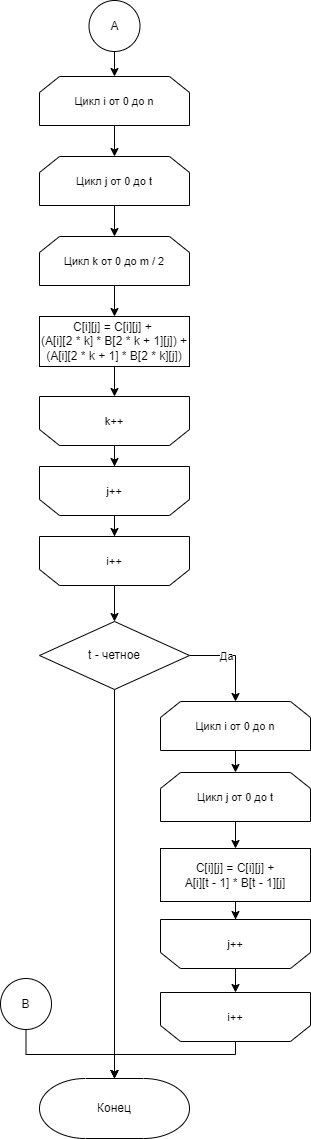
This is lab_02/docs/img/vinograd_alg_2.png from Mansurow/bmstu-iu7-5sem-AA, a draw.io export, as it was before one commit. Source tidied: cells renumbered, new cells last; positions are measured from the earlier drawing's top-left corner, leaving out a move shared by most shapes. Its diagram source:
```xml
<mxGraphModel>
  <root>
    <mxCell id="0" />
    <mxCell id="1" parent="0" />
    <mxCell id="2" value="Конец" style="strokeWidth=1;html=1;shape=mxgraph.flowchart.terminator;whiteSpace=wrap;" parent="1" vertex="1">
      <mxGeometry x="39" y="1078" width="150" height="60" as="geometry" />
    </mxCell>
    <mxCell id="3" style="edgeStyle=orthogonalEdgeStyle;rounded=0;jettySize=auto;html=1;" parent="1" edge="1" source="4" target="6">
      <mxGeometry relative="1" as="geometry" />
    </mxCell>
    <mxCell id="4" value="&lt;span style=&quot;font-size: 11px;&quot;&gt;Цикл i от 0 до n&lt;/span&gt;" style="shape=loopLimit;whiteSpace=wrap;html=1;" parent="1" vertex="1">
      <mxGeometry x="39" y="76" width="150" height="49" as="geometry" />
    </mxCell>
    <mxCell id="5" style="edgeStyle=orthogonalEdgeStyle;rounded=0;jettySize=auto;html=1;" parent="1" edge="1" source="6" target="8">
      <mxGeometry relative="1" as="geometry" />
    </mxCell>
    <mxCell id="6" value="&lt;span style=&quot;font-size: 11px;&quot;&gt;Цикл j от 0 до t&lt;/span&gt;" style="shape=loopLimit;whiteSpace=wrap;html=1;" parent="1" vertex="1">
      <mxGeometry x="39" y="156" width="150" height="49" as="geometry" />
    </mxCell>
    <mxCell id="7" style="edgeStyle=orthogonalEdgeStyle;rounded=0;jettySize=auto;html=1;" parent="1" edge="1" source="8" target="10">
      <mxGeometry relative="1" as="geometry" />
    </mxCell>
    <mxCell id="8" value="&lt;span style=&quot;font-size: 11px;&quot;&gt;Цикл k от 0 до m / 2&lt;/span&gt;" style="shape=loopLimit;whiteSpace=wrap;html=1;" parent="1" vertex="1">
      <mxGeometry x="39" y="236" width="150" height="49" as="geometry" />
    </mxCell>
    <mxCell id="9" style="edgeStyle=orthogonalEdgeStyle;rounded=0;jettySize=auto;html=1;" parent="1" edge="1" source="10" target="16">
      <mxGeometry relative="1" as="geometry" />
    </mxCell>
    <mxCell id="10" value="C[i][j] = C[i][j] +&amp;nbsp;&lt;br&gt;(A[i][2 * k] * B[2 * k + 1][j]) +&lt;br&gt;(A[i][2 * k + 1] * B[2 * k][j])" style="rounded=0;whiteSpace=wrap;html=1;absoluteArcSize=1;arcSize=14;strokeWidth=1;" parent="1" vertex="1">
      <mxGeometry x="39" y="316" width="150" height="50" as="geometry" />
    </mxCell>
    <mxCell id="11" style="edgeStyle=orthogonalEdgeStyle;rounded=0;jettySize=auto;html=1;endArrow=classic;endFill=1;" parent="1" edge="1" source="12" target="20">
      <mxGeometry relative="1" as="geometry" />
    </mxCell>
    <mxCell id="12" value="&lt;span style=&quot;font-size: 11px;&quot;&gt;i++&lt;/span&gt;&lt;span style=&quot;color: rgba(0, 0, 0, 0); font-family: monospace; font-size: 0px; text-align: start;&quot;&gt;%3CmxGraphModel%3E%3Croot%3E%3CmxCell%20id%3D%220%22%2F%3E%3CmxCell%20id%3D%221%22%20parent%3D%220%22%2F%3E%3CmxCell%20id%3D%222%22%20value%3D%22%26lt%3Bspan%20style%3D%26quot%3Bfont-size%3A%2011px%3B%26quot%3B%26gt%3B%D0%A6%D0%B8%D0%BA%D0%BB%20i%20%D0%BE%D1%82%200%20%D0%B4%D0%BE%20n%26lt%3B%2Fspan%26gt%3B%22%20style%3D%22shape%3DloopLimit%3BwhiteSpace%3Dwrap%3Bhtml%3D1%3B%22%20vertex%3D%221%22%20parent%3D%221%22%3E%3CmxGeometry%20x%3D%22360%22%20y%3D%22330%22%20width%3D%22150%22%20height%3D%2249%22%20as%3D%22geometry%22%2F%3E%3C%2FmxCell%3E%3C%2Froot%3E%3C%2FmxGraphModel%3E&lt;/span&gt;" style="shape=loopLimit;whiteSpace=wrap;html=1;direction=west;" parent="1" vertex="1">
      <mxGeometry x="39" y="536" width="150" height="49" as="geometry" />
    </mxCell>
    <mxCell id="13" style="edgeStyle=orthogonalEdgeStyle;rounded=0;jettySize=auto;html=1;" parent="1" edge="1" source="14" target="12">
      <mxGeometry relative="1" as="geometry" />
    </mxCell>
    <mxCell id="14" value="&lt;span style=&quot;font-size: 11px;&quot;&gt;j++&lt;/span&gt;" style="shape=loopLimit;whiteSpace=wrap;html=1;direction=west;" parent="1" vertex="1">
      <mxGeometry x="39" y="466" width="150" height="49" as="geometry" />
    </mxCell>
    <mxCell id="15" style="edgeStyle=orthogonalEdgeStyle;rounded=0;jettySize=auto;html=1;entryX=0.5;entryY=1;entryDx=0;entryDy=0;" parent="1" edge="1" source="16" target="14">
      <mxGeometry relative="1" as="geometry" />
    </mxCell>
    <mxCell id="16" value="&lt;span style=&quot;font-size: 11px;&quot;&gt;k++&lt;/span&gt;" style="shape=loopLimit;whiteSpace=wrap;html=1;direction=west;" parent="1" vertex="1">
      <mxGeometry x="39" y="396" width="150" height="49" as="geometry" />
    </mxCell>
    <mxCell id="17" style="edgeStyle=orthogonalEdgeStyle;rounded=0;jettySize=auto;html=1;exitX=1;exitY=0.5;exitDx=0;exitDy=0;endArrow=classic;endFill=1;" parent="1" edge="1" source="20" target="22">
      <mxGeometry relative="1" as="geometry" />
    </mxCell>
    <mxCell id="18" value="Да" style="edgeLabel;html=1;align=center;verticalAlign=middle;" parent="17" vertex="1">
      <mxGeometry x="-0.22" relative="1" as="geometry" />
    </mxCell>
    <mxCell id="19" style="edgeStyle=orthogonalEdgeStyle;rounded=0;jettySize=auto;html=1;exitX=0.5;exitY=1;exitDx=0;exitDy=0;endArrow=classic;endFill=1;" parent="1" edge="1" source="20" target="2">
      <mxGeometry relative="1" as="geometry" />
    </mxCell>
    <mxCell id="20" value="t - четное" style="rhombus;whiteSpace=wrap;html=1;" parent="1" vertex="1">
      <mxGeometry x="39" y="621" width="150" height="68" as="geometry" />
    </mxCell>
    <mxCell id="21" style="edgeStyle=orthogonalEdgeStyle;rounded=0;jettySize=auto;html=1;endArrow=classic;endFill=1;" parent="1" edge="1" source="22" target="24">
      <mxGeometry relative="1" as="geometry" />
    </mxCell>
    <mxCell id="22" value="&lt;span style=&quot;font-size: 11px;&quot;&gt;Цикл i от 0 до n&lt;/span&gt;" style="shape=loopLimit;whiteSpace=wrap;html=1;" parent="1" vertex="1">
      <mxGeometry x="160" y="701" width="150" height="49" as="geometry" />
    </mxCell>
    <mxCell id="23" style="edgeStyle=orthogonalEdgeStyle;rounded=0;jettySize=auto;html=1;endArrow=classic;endFill=1;" parent="1" edge="1" source="24" target="26">
      <mxGeometry relative="1" as="geometry" />
    </mxCell>
    <mxCell id="24" value="&lt;span style=&quot;font-size: 11px;&quot;&gt;Цикл j от 0 до t&lt;br&gt;&lt;/span&gt;" style="shape=loopLimit;whiteSpace=wrap;html=1;" parent="1" vertex="1">
      <mxGeometry x="160" y="772" width="150" height="49" as="geometry" />
    </mxCell>
    <mxCell id="25" style="edgeStyle=orthogonalEdgeStyle;rounded=0;jettySize=auto;html=1;endArrow=classic;endFill=1;" parent="1" edge="1" source="26" target="30">
      <mxGeometry relative="1" as="geometry" />
    </mxCell>
    <mxCell id="26" value="C[i][j] = C[i][j] +&lt;br&gt;A[i][t - 1] * B[t - 1][j]" style="rounded=0;whiteSpace=wrap;html=1;absoluteArcSize=1;arcSize=14;strokeWidth=1;" parent="1" vertex="1">
      <mxGeometry x="160" y="848" width="150" height="53" as="geometry" />
    </mxCell>
    <mxCell id="27" style="edgeStyle=orthogonalEdgeStyle;rounded=0;jettySize=auto;html=1;exitX=0.5;exitY=0;exitDx=0;exitDy=0;endArrow=classic;endFill=1;" parent="1" edge="1" source="28" target="2">
      <mxGeometry relative="1" as="geometry">
        <Array as="points">
          <mxPoint x="235" y="1054" />
          <mxPoint x="114" y="1054" />
        </Array>
      </mxGeometry>
    </mxCell>
    <mxCell id="28" value="&lt;span style=&quot;font-size: 11px;&quot;&gt;i++&lt;br&gt;&lt;/span&gt;" style="shape=loopLimit;whiteSpace=wrap;html=1;direction=west;" parent="1" vertex="1">
      <mxGeometry x="160" y="992" width="150" height="49" as="geometry" />
    </mxCell>
    <mxCell id="29" style="edgeStyle=orthogonalEdgeStyle;rounded=0;jettySize=auto;html=1;entryX=0.5;entryY=1;entryDx=0;entryDy=0;endArrow=classic;endFill=1;" parent="1" edge="1" source="30" target="28">
      <mxGeometry relative="1" as="geometry" />
    </mxCell>
    <mxCell id="30" value="&lt;span style=&quot;font-size: 11px;&quot;&gt;j++&lt;br&gt;&lt;/span&gt;" style="shape=loopLimit;whiteSpace=wrap;html=1;direction=west;" parent="1" vertex="1">
      <mxGeometry x="160" y="919" width="150" height="49" as="geometry" />
    </mxCell>
    <mxCell id="31" style="edgeStyle=orthogonalEdgeStyle;rounded=0;jettySize=auto;html=1;endArrow=classic;endFill=1;" parent="1" edge="1" source="32" target="4">
      <mxGeometry relative="1" as="geometry" />
    </mxCell>
    <mxCell id="32" value="A" style="ellipse;whiteSpace=wrap;html=1;" parent="1" vertex="1">
      <mxGeometry x="88.5" width="51" height="51" as="geometry" />
    </mxCell>
    <mxCell id="33" style="edgeStyle=orthogonalEdgeStyle;rounded=0;jettySize=auto;html=1;exitX=0.5;exitY=1;exitDx=0;exitDy=0;endArrow=classic;endFill=1;" parent="1" edge="1" source="34" target="2">
      <mxGeometry relative="1" as="geometry">
        <Array as="points">
          <mxPoint x="25" y="1054" />
          <mxPoint x="114" y="1054" />
        </Array>
      </mxGeometry>
    </mxCell>
    <mxCell id="34" value="B" style="ellipse;whiteSpace=wrap;html=1;" parent="1" vertex="1">
      <mxGeometry y="978" width="51" height="51" as="geometry" />
    </mxCell>
  </root>
</mxGraphModel>
```
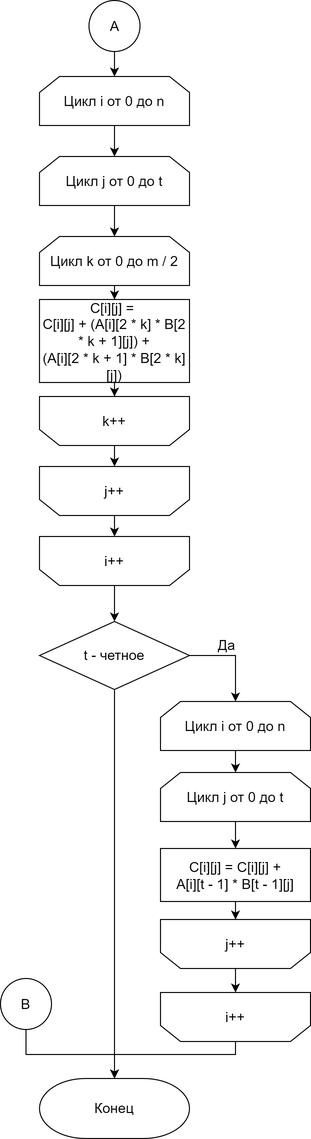
The same diagram one commit later.

Change to the diagram source:
```diff
@@ -2,82 +2,84 @@
   <root>
     <mxCell id="0" />
     <mxCell id="1" parent="0" />
-    <mxCell id="2" value="Конец" style="strokeWidth=1;html=1;shape=mxgraph.flowchart.terminator;whiteSpace=wrap;" parent="1" vertex="1">
+    <mxCell id="2" value="Конец" style="strokeWidth=1;html=1;shape=mxgraph.flowchart.terminator;whiteSpace=wrap;fontSize=14;" parent="1" vertex="1">
       <mxGeometry x="39" y="1078" width="150" height="60" as="geometry" />
     </mxCell>
-    <mxCell id="3" style="edgeStyle=orthogonalEdgeStyle;rounded=0;jettySize=auto;html=1;" parent="1" edge="1" source="4" target="6">
+    <mxCell id="3" style="edgeStyle=orthogonalEdgeStyle;rounded=0;jettySize=auto;html=1;fontSize=14;" parent="1" edge="1" source="4" target="6">
       <mxGeometry relative="1" as="geometry" />
     </mxCell>
-    <mxCell id="4" value="&lt;span style=&quot;font-size: 11px;&quot;&gt;Цикл i от 0 до n&lt;/span&gt;" style="shape=loopLimit;whiteSpace=wrap;html=1;" parent="1" vertex="1">
+    <mxCell id="4" value="&lt;span style=&quot;font-size: 14px;&quot;&gt;Цикл i от 0 до n&lt;/span&gt;" style="shape=loopLimit;whiteSpace=wrap;html=1;fontSize=14;" parent="1" vertex="1">
       <mxGeometry x="39" y="76" width="150" height="49" as="geometry" />
     </mxCell>
-    <mxCell id="5" style="edgeStyle=orthogonalEdgeStyle;rounded=0;jettySize=auto;html=1;" parent="1" edge="1" source="6" target="8">
+    <mxCell id="5" style="edgeStyle=orthogonalEdgeStyle;rounded=0;jettySize=auto;html=1;fontSize=14;" parent="1" edge="1" source="6" target="8">
       <mxGeometry relative="1" as="geometry" />
     </mxCell>
-    <mxCell id="6" value="&lt;span style=&quot;font-size: 11px;&quot;&gt;Цикл j от 0 до t&lt;/span&gt;" style="shape=loopLimit;whiteSpace=wrap;html=1;" parent="1" vertex="1">
+    <mxCell id="6" value="&lt;span style=&quot;font-size: 14px;&quot;&gt;Цикл j от 0 до t&lt;/span&gt;" style="shape=loopLimit;whiteSpace=wrap;html=1;fontSize=14;" parent="1" vertex="1">
       <mxGeometry x="39" y="156" width="150" height="49" as="geometry" />
     </mxCell>
-    <mxCell id="7" style="edgeStyle=orthogonalEdgeStyle;rounded=0;jettySize=auto;html=1;" parent="1" edge="1" source="8" target="10">
+    <mxCell id="7" style="edgeStyle=orthogonalEdgeStyle;rounded=0;jettySize=auto;html=1;fontSize=14;" parent="1" edge="1" source="8" target="10">
       <mxGeometry relative="1" as="geometry" />
     </mxCell>
-    <mxCell id="8" value="&lt;span style=&quot;font-size: 11px;&quot;&gt;Цикл k от 0 до m / 2&lt;/span&gt;" style="shape=loopLimit;whiteSpace=wrap;html=1;" parent="1" vertex="1">
+    <mxCell id="8" value="&lt;span style=&quot;font-size: 14px;&quot;&gt;Цикл k от 0 до m / 2&lt;/span&gt;" style="shape=loopLimit;whiteSpace=wrap;html=1;fontSize=14;" parent="1" vertex="1">
       <mxGeometry x="39" y="236" width="150" height="49" as="geometry" />
     </mxCell>
-    <mxCell id="9" style="edgeStyle=orthogonalEdgeStyle;rounded=0;jettySize=auto;html=1;" parent="1" edge="1" source="10" target="16">
+    <mxCell id="9" style="edgeStyle=orthogonalEdgeStyle;rounded=0;jettySize=auto;html=1;fontSize=14;" parent="1" edge="1" source="10" target="16">
       <mxGeometry relative="1" as="geometry" />
     </mxCell>
-    <mxCell id="10" value="C[i][j] = C[i][j] +&amp;nbsp;&lt;br&gt;(A[i][2 * k] * B[2 * k + 1][j]) +&lt;br&gt;(A[i][2 * k + 1] * B[2 * k][j])" style="rounded=0;whiteSpace=wrap;html=1;absoluteArcSize=1;arcSize=14;strokeWidth=1;" parent="1" vertex="1">
-      <mxGeometry x="39" y="316" width="150" height="50" as="geometry" />
+    <mxCell id="10" value="C[i][j] = &lt;br&gt;C[i][j] +&amp;nbsp;(A[i][2 * k] * B[2 * k + 1][j]) +&lt;br style=&quot;font-size: 14px;&quot;&gt;(A[i][2 * k + 1] * B[2 * k][j])" style="rounded=0;whiteSpace=wrap;html=1;absoluteArcSize=1;arcSize=14;strokeWidth=1;fontSize=14;" parent="1" vertex="1">
+      <mxGeometry x="39" y="299" width="150" height="83" as="geometry" />
     </mxCell>
-    <mxCell id="11" style="edgeStyle=orthogonalEdgeStyle;rounded=0;jettySize=auto;html=1;endArrow=classic;endFill=1;" parent="1" edge="1" source="12" target="20">
+    <mxCell id="11" style="edgeStyle=orthogonalEdgeStyle;rounded=0;jettySize=auto;html=1;endArrow=classic;endFill=1;fontSize=14;" parent="1" edge="1" source="12" target="20">
       <mxGeometry relative="1" as="geometry" />
     </mxCell>
-    <mxCell id="12" value="&lt;span style=&quot;font-size: 11px;&quot;&gt;i++&lt;/span&gt;&lt;span style=&quot;color: rgba(0, 0, 0, 0); font-family: monospace; font-size: 0px; text-align: start;&quot;&gt;%3CmxGraphModel%3E%3Croot%3E%3CmxCell%20id%3D%220%22%2F%3E%3CmxCell%20id%3D%221%22%20parent%3D%220%22%2F%3E%3CmxCell%20id%3D%222%22%20value%3D%22%26lt%3Bspan%20style%3D%26quot%3Bfont-size%3A%2011px%3B%26quot%3B%26gt%3B%D0%A6%D0%B8%D0%BA%D0%BB%20i%20%D0%BE%D1%82%200%20%D0%B4%D0%BE%20n%26lt%3B%2Fspan%26gt%3B%22%20style%3D%22shape%3DloopLimit%3BwhiteSpace%3Dwrap%3Bhtml%3D1%3B%22%20vertex%3D%221%22%20parent%3D%221%22%3E%3CmxGeometry%20x%3D%22360%22%20y%3D%22330%22%20width%3D%22150%22%20height%3D%2249%22%20as%3D%22geometry%22%2F%3E%3C%2FmxCell%3E%3C%2Froot%3E%3C%2FmxGraphModel%3E&lt;/span&gt;" style="shape=loopLimit;whiteSpace=wrap;html=1;direction=west;" parent="1" vertex="1">
+    <mxCell id="12" value="i++&lt;br&gt;" style="shape=loopLimit;whiteSpace=wrap;html=1;direction=west;fontSize=14;" parent="1" vertex="1">
       <mxGeometry x="39" y="536" width="150" height="49" as="geometry" />
     </mxCell>
-    <mxCell id="13" style="edgeStyle=orthogonalEdgeStyle;rounded=0;jettySize=auto;html=1;" parent="1" edge="1" source="14" target="12">
+    <mxCell id="13" style="edgeStyle=orthogonalEdgeStyle;rounded=0;jettySize=auto;html=1;fontSize=14;" parent="1" edge="1" source="14" target="12">
       <mxGeometry relative="1" as="geometry" />
     </mxCell>
-    <mxCell id="14" value="&lt;span style=&quot;font-size: 11px;&quot;&gt;j++&lt;/span&gt;" style="shape=loopLimit;whiteSpace=wrap;html=1;direction=west;" parent="1" vertex="1">
+    <mxCell id="14" value="&lt;span style=&quot;font-size: 14px;&quot;&gt;j++&lt;/span&gt;" style="shape=loopLimit;whiteSpace=wrap;html=1;direction=west;fontSize=14;" parent="1" vertex="1">
       <mxGeometry x="39" y="466" width="150" height="49" as="geometry" />
     </mxCell>
-    <mxCell id="15" style="edgeStyle=orthogonalEdgeStyle;rounded=0;jettySize=auto;html=1;entryX=0.5;entryY=1;entryDx=0;entryDy=0;" parent="1" edge="1" source="16" target="14">
+    <mxCell id="15" style="edgeStyle=orthogonalEdgeStyle;rounded=0;jettySize=auto;html=1;entryX=0.5;entryY=1;entryDx=0;entryDy=0;fontSize=14;" parent="1" edge="1" source="16" target="14">
       <mxGeometry relative="1" as="geometry" />
     </mxCell>
-    <mxCell id="16" value="&lt;span style=&quot;font-size: 11px;&quot;&gt;k++&lt;/span&gt;" style="shape=loopLimit;whiteSpace=wrap;html=1;direction=west;" parent="1" vertex="1">
+    <mxCell id="16" value="&lt;span style=&quot;font-size: 14px;&quot;&gt;k++&lt;/span&gt;" style="shape=loopLimit;whiteSpace=wrap;html=1;direction=west;fontSize=14;" parent="1" vertex="1">
       <mxGeometry x="39" y="396" width="150" height="49" as="geometry" />
     </mxCell>
-    <mxCell id="17" style="edgeStyle=orthogonalEdgeStyle;rounded=0;jettySize=auto;html=1;exitX=1;exitY=0.5;exitDx=0;exitDy=0;endArrow=classic;endFill=1;" parent="1" edge="1" source="20" target="22">
+    <mxCell id="17" style="edgeStyle=orthogonalEdgeStyle;rounded=0;jettySize=auto;html=1;exitX=1;exitY=0.5;exitDx=0;exitDy=0;endArrow=classic;endFill=1;fontSize=14;" parent="1" edge="1" source="20" target="22">
       <mxGeometry relative="1" as="geometry" />
     </mxCell>
-    <mxCell id="18" value="Да" style="edgeLabel;html=1;align=center;verticalAlign=middle;" parent="17" vertex="1">
-      <mxGeometry x="-0.22" relative="1" as="geometry" />
+    <mxCell id="18" value="Да" style="edgeLabel;html=1;align=center;verticalAlign=middle;fontSize=14;" parent="17" vertex="1">
+      <mxGeometry x="-0.22" relative="1" as="geometry">
+        <mxPoint y="-11" as="offset" />
+      </mxGeometry>
     </mxCell>
-    <mxCell id="19" style="edgeStyle=orthogonalEdgeStyle;rounded=0;jettySize=auto;html=1;exitX=0.5;exitY=1;exitDx=0;exitDy=0;endArrow=classic;endFill=1;" parent="1" edge="1" source="20" target="2">
+    <mxCell id="19" style="edgeStyle=orthogonalEdgeStyle;rounded=0;jettySize=auto;html=1;exitX=0.5;exitY=1;exitDx=0;exitDy=0;endArrow=classic;endFill=1;fontSize=14;" parent="1" edge="1" source="20" target="2">
       <mxGeometry relative="1" as="geometry" />
     </mxCell>
-    <mxCell id="20" value="t - четное" style="rhombus;whiteSpace=wrap;html=1;" parent="1" vertex="1">
+    <mxCell id="20" value="t - четное" style="rhombus;whiteSpace=wrap;html=1;fontSize=14;" parent="1" vertex="1">
       <mxGeometry x="39" y="621" width="150" height="68" as="geometry" />
     </mxCell>
-    <mxCell id="21" style="edgeStyle=orthogonalEdgeStyle;rounded=0;jettySize=auto;html=1;endArrow=classic;endFill=1;" parent="1" edge="1" source="22" target="24">
+    <mxCell id="21" style="edgeStyle=orthogonalEdgeStyle;rounded=0;jettySize=auto;html=1;endArrow=classic;endFill=1;fontSize=14;" parent="1" edge="1" source="22" target="24">
       <mxGeometry relative="1" as="geometry" />
     </mxCell>
-    <mxCell id="22" value="&lt;span style=&quot;font-size: 11px;&quot;&gt;Цикл i от 0 до n&lt;/span&gt;" style="shape=loopLimit;whiteSpace=wrap;html=1;" parent="1" vertex="1">
+    <mxCell id="22" value="&lt;span style=&quot;font-size: 14px;&quot;&gt;Цикл i от 0 до n&lt;/span&gt;" style="shape=loopLimit;whiteSpace=wrap;html=1;fontSize=14;" parent="1" vertex="1">
       <mxGeometry x="160" y="701" width="150" height="49" as="geometry" />
     </mxCell>
-    <mxCell id="23" style="edgeStyle=orthogonalEdgeStyle;rounded=0;jettySize=auto;html=1;endArrow=classic;endFill=1;" parent="1" edge="1" source="24" target="26">
+    <mxCell id="23" style="edgeStyle=orthogonalEdgeStyle;rounded=0;jettySize=auto;html=1;endArrow=classic;endFill=1;fontSize=14;" parent="1" edge="1" source="24" target="26">
       <mxGeometry relative="1" as="geometry" />
     </mxCell>
-    <mxCell id="24" value="&lt;span style=&quot;font-size: 11px;&quot;&gt;Цикл j от 0 до t&lt;br&gt;&lt;/span&gt;" style="shape=loopLimit;whiteSpace=wrap;html=1;" parent="1" vertex="1">
+    <mxCell id="24" value="&lt;span style=&quot;font-size: 14px;&quot;&gt;Цикл j от 0 до t&lt;br style=&quot;font-size: 14px;&quot;&gt;&lt;/span&gt;" style="shape=loopLimit;whiteSpace=wrap;html=1;fontSize=14;" parent="1" vertex="1">
       <mxGeometry x="160" y="772" width="150" height="49" as="geometry" />
     </mxCell>
-    <mxCell id="25" style="edgeStyle=orthogonalEdgeStyle;rounded=0;jettySize=auto;html=1;endArrow=classic;endFill=1;" parent="1" edge="1" source="26" target="30">
+    <mxCell id="25" style="edgeStyle=orthogonalEdgeStyle;rounded=0;jettySize=auto;html=1;endArrow=classic;endFill=1;fontSize=14;" parent="1" edge="1" source="26" target="30">
       <mxGeometry relative="1" as="geometry" />
     </mxCell>
-    <mxCell id="26" value="C[i][j] = C[i][j] +&lt;br&gt;A[i][t - 1] * B[t - 1][j]" style="rounded=0;whiteSpace=wrap;html=1;absoluteArcSize=1;arcSize=14;strokeWidth=1;" parent="1" vertex="1">
+    <mxCell id="26" value="C[i][j] = C[i][j] +&lt;br style=&quot;font-size: 14px;&quot;&gt;A[i][t - 1] * B[t - 1][j]" style="rounded=0;whiteSpace=wrap;html=1;absoluteArcSize=1;arcSize=14;strokeWidth=1;fontSize=14;" parent="1" vertex="1">
       <mxGeometry x="160" y="848" width="150" height="53" as="geometry" />
     </mxCell>
-    <mxCell id="27" style="edgeStyle=orthogonalEdgeStyle;rounded=0;jettySize=auto;html=1;exitX=0.5;exitY=0;exitDx=0;exitDy=0;endArrow=classic;endFill=1;" parent="1" edge="1" source="28" target="2">
+    <mxCell id="27" style="edgeStyle=orthogonalEdgeStyle;rounded=0;jettySize=auto;html=1;exitX=0.5;exitY=0;exitDx=0;exitDy=0;endArrow=classic;endFill=1;fontSize=14;" parent="1" edge="1" source="28" target="2">
       <mxGeometry relative="1" as="geometry">
         <Array as="points">
           <mxPoint x="235" y="1054" />
@@ -85,22 +87,22 @@
         </Array>
       </mxGeometry>
     </mxCell>
-    <mxCell id="28" value="&lt;span style=&quot;font-size: 11px;&quot;&gt;i++&lt;br&gt;&lt;/span&gt;" style="shape=loopLimit;whiteSpace=wrap;html=1;direction=west;" parent="1" vertex="1">
+    <mxCell id="28" value="&lt;span style=&quot;font-size: 14px;&quot;&gt;i++&lt;br style=&quot;font-size: 14px;&quot;&gt;&lt;/span&gt;" style="shape=loopLimit;whiteSpace=wrap;html=1;direction=west;fontSize=14;" parent="1" vertex="1">
       <mxGeometry x="160" y="992" width="150" height="49" as="geometry" />
     </mxCell>
-    <mxCell id="29" style="edgeStyle=orthogonalEdgeStyle;rounded=0;jettySize=auto;html=1;entryX=0.5;entryY=1;entryDx=0;entryDy=0;endArrow=classic;endFill=1;" parent="1" edge="1" source="30" target="28">
+    <mxCell id="29" style="edgeStyle=orthogonalEdgeStyle;rounded=0;jettySize=auto;html=1;entryX=0.5;entryY=1;entryDx=0;entryDy=0;endArrow=classic;endFill=1;fontSize=14;" parent="1" edge="1" source="30" target="28">
       <mxGeometry relative="1" as="geometry" />
     </mxCell>
-    <mxCell id="30" value="&lt;span style=&quot;font-size: 11px;&quot;&gt;j++&lt;br&gt;&lt;/span&gt;" style="shape=loopLimit;whiteSpace=wrap;html=1;direction=west;" parent="1" vertex="1">
+    <mxCell id="30" value="&lt;span style=&quot;font-size: 14px;&quot;&gt;j++&lt;br style=&quot;font-size: 14px;&quot;&gt;&lt;/span&gt;" style="shape=loopLimit;whiteSpace=wrap;html=1;direction=west;fontSize=14;" parent="1" vertex="1">
       <mxGeometry x="160" y="919" width="150" height="49" as="geometry" />
     </mxCell>
-    <mxCell id="31" style="edgeStyle=orthogonalEdgeStyle;rounded=0;jettySize=auto;html=1;endArrow=classic;endFill=1;" parent="1" edge="1" source="32" target="4">
+    <mxCell id="31" style="edgeStyle=orthogonalEdgeStyle;rounded=0;jettySize=auto;html=1;endArrow=classic;endFill=1;fontSize=14;" parent="1" edge="1" source="32" target="4">
       <mxGeometry relative="1" as="geometry" />
     </mxCell>
-    <mxCell id="32" value="A" style="ellipse;whiteSpace=wrap;html=1;" parent="1" vertex="1">
+    <mxCell id="32" value="A" style="ellipse;whiteSpace=wrap;html=1;fontSize=14;" parent="1" vertex="1">
       <mxGeometry x="88.5" width="51" height="51" as="geometry" />
     </mxCell>
-    <mxCell id="33" style="edgeStyle=orthogonalEdgeStyle;rounded=0;jettySize=auto;html=1;exitX=0.5;exitY=1;exitDx=0;exitDy=0;endArrow=classic;endFill=1;" parent="1" edge="1" source="34" target="2">
+    <mxCell id="33" style="edgeStyle=orthogonalEdgeStyle;rounded=0;jettySize=auto;html=1;exitX=0.5;exitY=1;exitDx=0;exitDy=0;endArrow=classic;endFill=1;fontSize=14;" parent="1" edge="1" source="34" target="2">
       <mxGeometry relative="1" as="geometry">
         <Array as="points">
           <mxPoint x="25" y="1054" />
@@ -108,7 +110,7 @@
         </Array>
       </mxGeometry>
     </mxCell>
-    <mxCell id="34" value="B" style="ellipse;whiteSpace=wrap;html=1;" parent="1" vertex="1">
+    <mxCell id="34" value="B" style="ellipse;whiteSpace=wrap;html=1;fontSize=14;" parent="1" vertex="1">
       <mxGeometry y="978" width="51" height="51" as="geometry" />
     </mxCell>
   </root>
```
